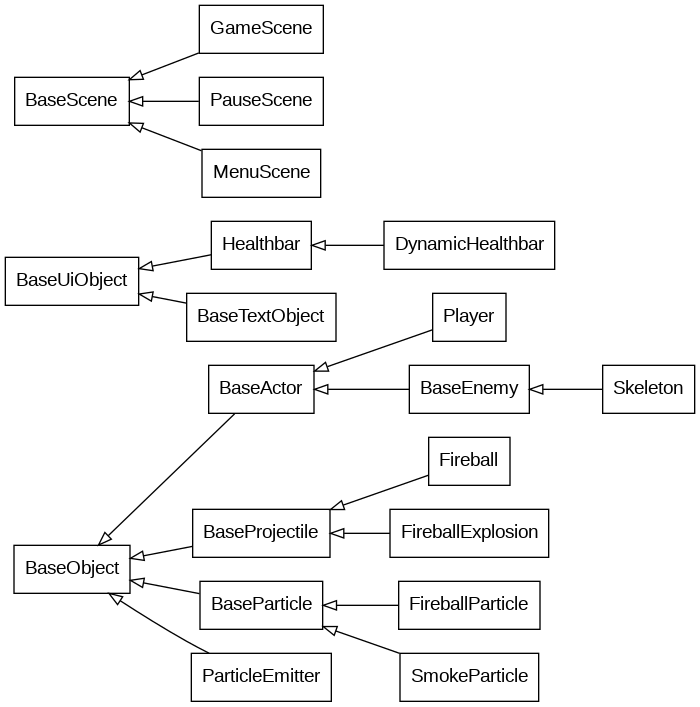
This is inheritance.gv.png from lachfoy/2dgameABANDONED, a Graphviz export, as it was before one commit. Its source is kept beside it as inheritance.gv.
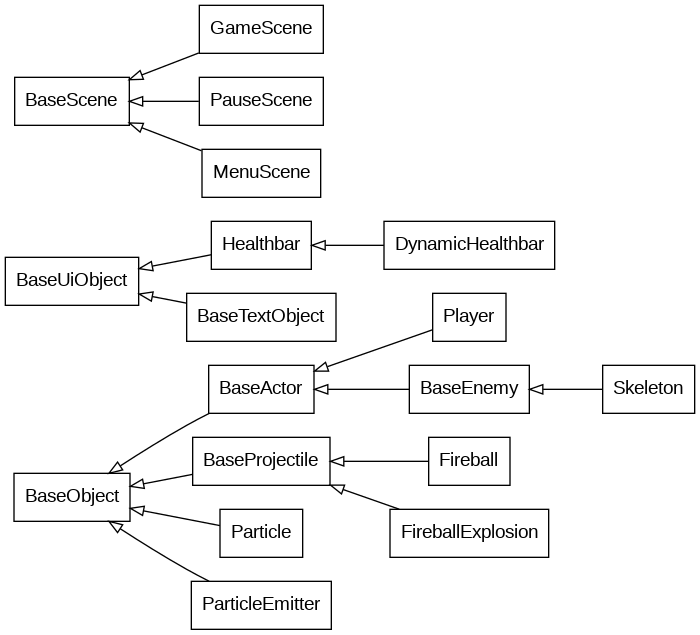
Above is the later version.

What changed in the source:
```diff
@@ -4,10 +4,9 @@
     edge [dir=back arrowtail=empty]
 
     subgraph objects {
-        BaseObject->{BaseActor, BaseProjectile, BaseParticle, ParticleEmitter}
+        BaseObject->{BaseActor, BaseProjectile, Particle, ParticleEmitter}
         BaseActor->{Player, BaseEnemy}
         BaseProjectile->{Fireball, FireballExplosion}
-        BaseParticle->{FireballParticle, SmokeParticle}
         BaseEnemy->Skeleton
     }
 
```
